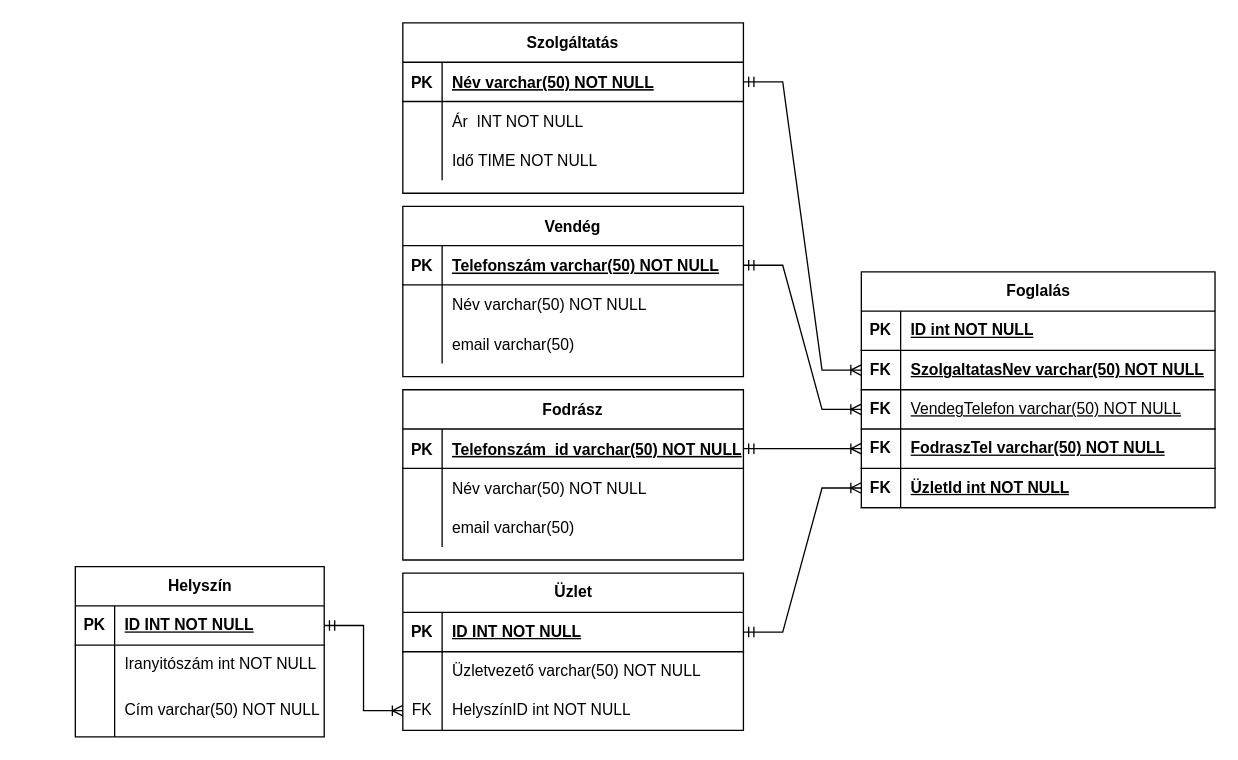
Earlier version of the draw.io diagram ER-diagram/kapcsolattabla.drawio (PetrooAdam/fodraszatprojekt). Source tidied: cells renumbered, new cells numbered last; positions are measured from the earlier drawing's top-left corner, leaving out a move shared by most shapes. Both pictures are drawn from the tidied source at 131%, with x=0, y=0 at pixel (75, 22).
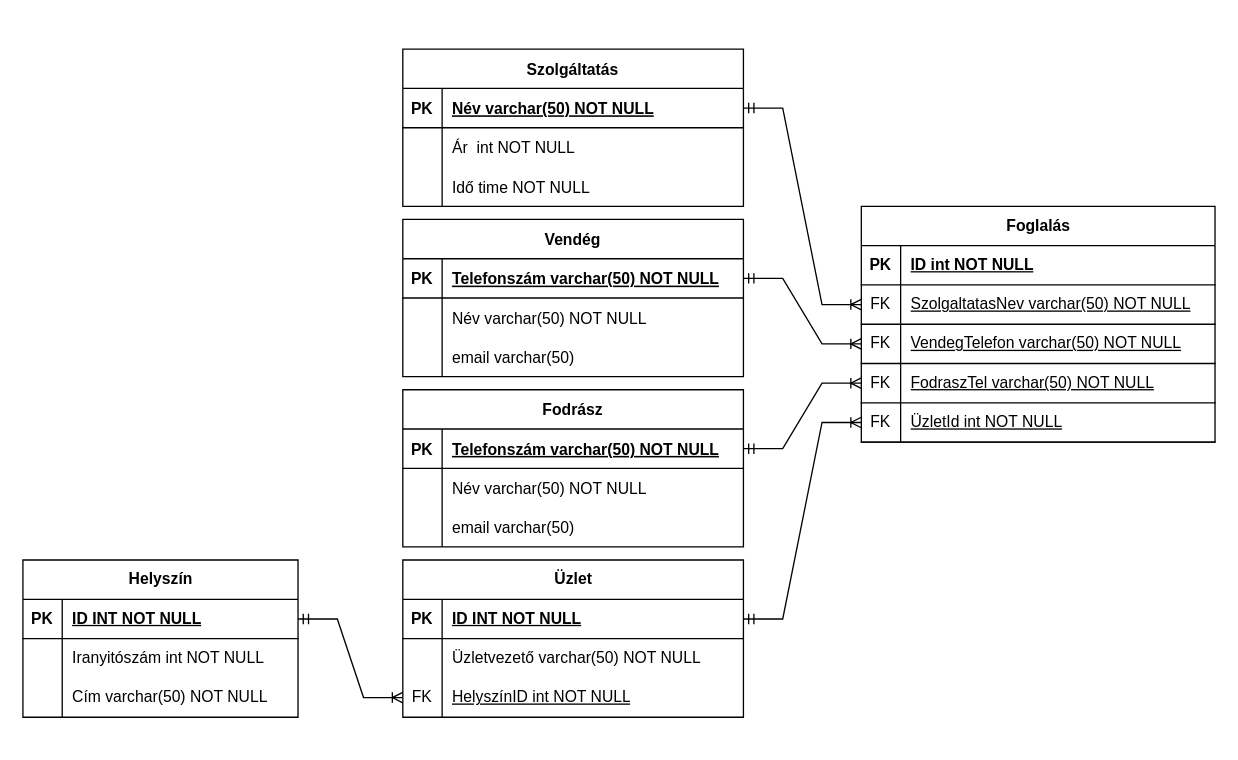
The same page after the edit.

The change refers to these unchanged cells:
```xml
<mxCell id="13" style="shape=partialRectangle;fillColor=none;points=[[0,0.5],[1,0.5]];portConstraint=eastwest;top=0;left=0;right=0;bottom=1;" parent="12" vertex="1">
  <mxGeometry y="30" width="260" height="30" as="geometry" />
</mxCell>
<mxCell id="26" style="shape=partialRectangle;fillColor=none;top=0;left=0;right=0;bottom=0;" parent="22" vertex="1">
  <mxGeometry y="60" width="260" height="30" as="geometry" />
</mxCell>
<mxCell id="29" style="shape=partialRectangle;fillColor=none;top=0;left=0;right=0;bottom=0;" parent="22" vertex="1">
  <mxGeometry y="90" width="260" height="30" as="geometry" />
</mxCell>
<mxCell id="49" style="shape=tableRow;horizontal=0;startSize=0;swimlaneHead=0;swimlaneBody=0;fillColor=none;points=[[0,0.5],[1,0.5]];portConstraint=eastwest;top=0;left=0;right=0;bottom=0;" parent="42" vertex="1">
  <mxGeometry y="90" width="260" height="30" as="geometry" />
</mxCell>
<mxCell id="57" style="shape=tableRow;horizontal=0;startSize=0;swimlaneHead=0;swimlaneBody=0;fillColor=none;points=[[0,0.5],[1,0.5]];portConstraint=eastwest;top=0;left=0;right=0;bottom=1;" parent="53" vertex="1">
  <mxGeometry y="60" width="270" height="30" as="geometry" />
</mxCell>
<mxCell id="60" style="shape=tableRow;horizontal=0;startSize=0;swimlaneHead=0;swimlaneBody=0;fillColor=none;points=[[0,0.5],[1,0.5]];portConstraint=eastwest;top=0;left=0;right=0;bottom=1;" parent="53" vertex="1">
  <mxGeometry y="90" width="270" height="30" as="geometry" />
</mxCell>
<mxCell id="63" style="shape=tableRow;horizontal=0;startSize=0;swimlaneHead=0;swimlaneBody=0;fillColor=none;top=0;left=0;right=0;bottom=1;" parent="53" vertex="1">
  <mxGeometry y="120" width="270" height="30" as="geometry" />
</mxCell>
<mxCell id="66" style="shape=tableRow;horizontal=0;startSize=0;swimlaneHead=0;swimlaneBody=0;fillColor=none;points=[[0,0.5],[1,0.5]];portConstraint=eastwest;top=0;left=0;right=0;bottom=1;" parent="53" vertex="1">
  <mxGeometry y="150" width="270" height="30" as="geometry" />
</mxCell>
```

What changed in the source:
```diff
@@
     <mxCell id="2" value="Vendég" style="shape=table;startSize=30;childLayout=tableLayout;rowLines=0;fontStyle=1;align=center;" parent="1" vertex="1">
-      <mxGeometry x="250" y="140" width="260" height="130" as="geometry" />
+      <mxGeometry x="250" y="150" width="260" height="120" as="geometry" />
     </mxCell>
@@
     <mxCell id="12" value="Fodrász" style="shape=table;startSize=30;childLayout=tableLayout;rowLines=0;fontStyle=1;align=center;" parent="1" vertex="1">
-      <mxGeometry x="250" y="280" width="260" height="130" as="geometry" />
+      <mxGeometry x="250" y="280" width="260" height="120" as="geometry" />
     </mxCell>
@@
-    <mxCell id="15" value="Telefonszám_id varchar(50) NOT NULL" style="shape=partialRectangle;overflow=hidden;fillColor=none;top=0;left=0;bottom=0;right=0;align=left;spacingLeft=6;fontStyle=5;" parent="13" vertex="1">
+    <mxCell id="15" value="Telefonszám varchar(50) NOT NULL" style="shape=partialRectangle;overflow=hidden;fillColor=none;top=0;left=0;bottom=0;right=0;align=left;spacingLeft=6;fontStyle=5;" parent="13" vertex="1">
       <mxGeometry x="30" width="230" height="30" as="geometry" />
     </mxCell>
@@
     <mxCell id="22" value="Szolgáltatás" style="shape=table;startSize=30;childLayout=tableLayout;rowLines=0;fontStyle=1;align=center;shadow=0;" parent="1" vertex="1">
-      <mxGeometry x="250" width="260" height="130" as="geometry" />
+      <mxGeometry x="250" y="20" width="260" height="120" as="geometry" />
     </mxCell>
@@
-    <mxCell id="28" value="Ár  INT NOT NULL" style="shape=partialRectangle;overflow=hidden;fillColor=none;top=0;left=0;bottom=0;right=0;align=left;spacingLeft=6;" parent="26" vertex="1">
+    <mxCell id="28" value="Ár  int NOT NULL" style="shape=partialRectangle;overflow=hidden;fillColor=none;top=0;left=0;bottom=0;right=0;align=left;spacingLeft=6;" parent="26" vertex="1">
       <mxGeometry x="30" width="230" height="30" as="geometry" />
     </mxCell>
@@
-    <mxCell id="31" value="Idő TIME NOT NULL" style="shape=partialRectangle;overflow=hidden;fillColor=none;top=0;left=0;bottom=0;right=0;align=left;spacingLeft=6;" parent="29" vertex="1">
+    <mxCell id="31" value="Idő time NOT NULL" style="shape=partialRectangle;overflow=hidden;fillColor=none;top=0;left=0;bottom=0;right=0;align=left;spacingLeft=6;" parent="29" vertex="1">
       <mxGeometry x="30" width="230" height="30" as="geometry" />
     </mxCell>
     <mxCell id="32" value="Helyszín" style="shape=table;startSize=30;childLayout=tableLayout;rowLines=0;fontStyle=1;align=center;html=1;" parent="1" vertex="1">
-      <mxGeometry y="415" width="190" height="130" as="geometry" />
+      <mxGeometry x="-40" y="410" width="210" height="120" as="geometry" />
     </mxCell>
     <mxCell id="33" style="shape=tableRow;horizontal=0;startSize=0;swimlaneHead=0;swimlaneBody=0;fillColor=none;points=[[0,0.5],[1,0.5]];portConstraint=eastwest;top=0;left=0;right=0;bottom=1;" parent="32" vertex="1">
-      <mxGeometry y="30" width="190" height="30" as="geometry" />
+      <mxGeometry y="30" width="210" height="30" as="geometry" />
     </mxCell>
@@
     <mxCell id="35" value="ID INT NOT NULL" style="shape=partialRectangle;fillColor=none;top=0;left=0;bottom=0;right=0;align=left;spacingLeft=6;fontStyle=5;overflow=hidden;whiteSpace=wrap;html=1;" parent="33" vertex="1">
-      <mxGeometry x="30" width="160" height="30" as="geometry" />
+      <mxGeometry x="30" width="180" height="30" as="geometry" />
     </mxCell>
     <mxCell id="36" style="shape=tableRow;horizontal=0;startSize=0;swimlaneHead=0;swimlaneBody=0;fillColor=none;top=0;left=0;right=0;bottom=0;" parent="32" vertex="1">
-      <mxGeometry y="60" width="190" height="30" as="geometry" />
+      <mxGeometry y="60" width="210" height="30" as="geometry" />
     </mxCell>
@@
     <mxCell id="38" value="Iranyitószám int NOT NULL" style="shape=partialRectangle;fillColor=none;top=0;left=0;bottom=0;right=0;align=left;spacingLeft=6;overflow=hidden;whiteSpace=wrap;html=1;" parent="36" vertex="1">
-      <mxGeometry x="30" width="160" height="30" as="geometry" />
+      <mxGeometry x="30" width="180" height="30" as="geometry" />
     </mxCell>
-    <mxCell id="39" style="shape=tableRow;horizontal=0;startSize=0;swimlaneHead=0;swimlaneBody=0;fillColor=none;top=0;left=0;right=0;bottom=0;" parent="32" vertex="1">
-      <mxGeometry y="90" width="190" height="40" as="geometry" />
-    </mxCell>
-    <mxCell id="40" style="shape=partialRectangle;fillColor=none;top=0;left=0;bottom=0;right=0;overflow=hidden;whiteSpace=wrap;html=1;" parent="39" vertex="1">
-      <mxGeometry width="30" height="40" as="geometry" />
-    </mxCell>
+    <mxCell id="73" style="shape=tableRow;horizontal=0;startSize=0;swimlaneHead=0;swimlaneBody=0;fillColor=none;top=0;left=0;right=0;bottom=0;" parent="32" vertex="1">
+      <mxGeometry y="90" width="210" height="30" as="geometry" />
+    </mxCell>
+    <mxCell id="74" style="shape=partialRectangle;fillColor=none;top=0;left=0;bottom=0;right=0;overflow=hidden;whiteSpace=wrap;html=1;" parent="73" vertex="1">
+      <mxGeometry width="30" height="30" as="geometry" />
+    </mxCell>
-    <mxCell id="41" value="Cím varchar(50) NOT NULL" style="shape=partialRectangle;fillColor=none;top=0;left=0;bottom=0;right=0;align=left;spacingLeft=6;overflow=hidden;whiteSpace=wrap;html=1;" parent="39" vertex="1">
-      <mxGeometry x="30" width="160" height="40" as="geometry" />
+    <mxCell id="41" value="Cím varchar(50) NOT NULL" style="shape=partialRectangle;fillColor=none;top=0;left=0;bottom=0;right=0;align=left;spacingLeft=6;overflow=hidden;whiteSpace=wrap;html=1;" parent="73" vertex="1">
+      <mxGeometry x="30" width="180" height="30" as="geometry" />
     </mxCell>
     <mxCell id="42" value="Üzlet" style="shape=table;startSize=30;childLayout=tableLayout;rowLines=0;fontStyle=1;align=center;html=1;" parent="1" vertex="1">
-      <mxGeometry x="250" y="420" width="260" height="120" as="geometry" />
+      <mxGeometry x="250" y="410" width="260" height="120" as="geometry" />
     </mxCell>
@@
-    <mxCell id="51" value="HelyszínID int NOT NULL" style="shape=partialRectangle;fillColor=none;top=0;left=0;bottom=0;right=0;align=left;spacingLeft=6;overflow=hidden;whiteSpace=wrap;html=1;" parent="49" vertex="1">
+    <mxCell id="51" value="&lt;u&gt;HelyszínID int NOT NULL&lt;/u&gt;" style="shape=partialRectangle;fillColor=none;top=0;left=0;bottom=0;right=0;align=left;spacingLeft=6;overflow=hidden;whiteSpace=wrap;html=1;" parent="49" vertex="1">
       <mxGeometry x="30" width="230" height="30" as="geometry" />
     </mxCell>
@@
     <mxCell id="53" value="Foglalás" style="shape=table;startSize=30;childLayout=tableLayout;rowLines=0;fontStyle=1;align=center;html=1;" parent="1" vertex="1">
-      <mxGeometry x="600" y="190" width="270" height="180" as="geometry" />
+      <mxGeometry x="600" y="140" width="270" height="180" as="geometry" />
     </mxCell>
@@
-    <mxCell id="58" value="FK" style="shape=partialRectangle;fillColor=none;top=0;left=0;bottom=0;right=0;fontStyle=1;overflow=hidden;whiteSpace=wrap;html=1;" parent="57" vertex="1">
+    <mxCell id="58" value="&lt;span style=&quot;font-weight: normal;&quot;&gt;FK&lt;/span&gt;" style="shape=partialRectangle;fillColor=none;top=0;left=0;bottom=0;right=0;fontStyle=1;overflow=hidden;whiteSpace=wrap;html=1;" parent="57" vertex="1">
       <mxGeometry width="30" height="30" as="geometry" />
     </mxCell>
-    <mxCell id="59" value="SzolgaltatasNev varchar(50) NOT NULL" style="shape=partialRectangle;fillColor=none;top=0;left=0;bottom=0;right=0;align=left;spacingLeft=6;fontStyle=5;overflow=hidden;whiteSpace=wrap;html=1;" parent="57" vertex="1">
+    <mxCell id="59" value="&lt;span style=&quot;font-weight: normal;&quot;&gt;SzolgaltatasNev varchar(50) NOT NULL&lt;/span&gt;" style="shape=partialRectangle;fillColor=none;top=0;left=0;bottom=0;right=0;align=left;spacingLeft=6;fontStyle=5;overflow=hidden;whiteSpace=wrap;html=1;" parent="57" vertex="1">
       <mxGeometry x="30" width="240" height="30" as="geometry" />
     </mxCell>
@@
-    <mxCell id="61" value="FK" style="shape=partialRectangle;fillColor=none;top=0;left=0;bottom=0;right=0;fontStyle=1;overflow=hidden;whiteSpace=wrap;html=1;" parent="60" vertex="1">
+    <mxCell id="61" value="&lt;span style=&quot;font-weight: normal;&quot;&gt;FK&lt;/span&gt;" style="shape=partialRectangle;fillColor=none;top=0;left=0;bottom=0;right=0;fontStyle=1;overflow=hidden;whiteSpace=wrap;html=1;" parent="60" vertex="1">
       <mxGeometry width="30" height="30" as="geometry" />
     </mxCell>
@@
-    <mxCell id="64" value="FK" style="shape=partialRectangle;fillColor=none;top=0;left=0;bottom=0;right=0;fontStyle=1;overflow=hidden;whiteSpace=wrap;html=1;" parent="63" vertex="1">
+    <mxCell id="64" value="&lt;span style=&quot;font-weight: normal;&quot;&gt;FK&lt;/span&gt;" style="shape=partialRectangle;fillColor=none;top=0;left=0;bottom=0;right=0;fontStyle=1;overflow=hidden;whiteSpace=wrap;html=1;" parent="63" vertex="1">
       <mxGeometry width="30" height="30" as="geometry" />
     </mxCell>
-    <mxCell id="65" value="FodraszTel varchar(50) NOT NULL" style="shape=partialRectangle;fillColor=none;top=0;left=0;bottom=0;right=0;align=left;spacingLeft=6;fontStyle=5;overflow=hidden;whiteSpace=wrap;html=1;" parent="63" vertex="1">
+    <mxCell id="65" value="&lt;span style=&quot;font-weight: normal;&quot;&gt;FodraszTel varchar(50) NOT NULL&lt;/span&gt;" style="shape=partialRectangle;fillColor=none;top=0;left=0;bottom=0;right=0;align=left;spacingLeft=6;fontStyle=5;overflow=hidden;whiteSpace=wrap;html=1;" parent="63" vertex="1">
       <mxGeometry x="30" width="240" height="30" as="geometry" />
     </mxCell>
@@
-    <mxCell id="67" value="FK" style="shape=partialRectangle;fillColor=none;top=0;left=0;bottom=0;right=0;fontStyle=1;overflow=hidden;whiteSpace=wrap;html=1;" parent="66" vertex="1">
+    <mxCell id="67" value="&lt;span style=&quot;font-weight: normal;&quot;&gt;FK&lt;/span&gt;" style="shape=partialRectangle;fillColor=none;top=0;left=0;bottom=0;right=0;fontStyle=1;overflow=hidden;whiteSpace=wrap;html=1;" parent="66" vertex="1">
       <mxGeometry width="30" height="30" as="geometry" />
     </mxCell>
-    <mxCell id="68" value="ÜzletId int NOT NULL" style="shape=partialRectangle;fillColor=none;top=0;left=0;bottom=0;right=0;align=left;spacingLeft=6;fontStyle=5;overflow=hidden;whiteSpace=wrap;html=1;" parent="66" vertex="1">
+    <mxCell id="68" value="&lt;span style=&quot;font-weight: normal;&quot;&gt;ÜzletId int NOT NULL&lt;/span&gt;" style="shape=partialRectangle;fillColor=none;top=0;left=0;bottom=0;right=0;align=left;spacingLeft=6;fontStyle=5;overflow=hidden;whiteSpace=wrap;html=1;" parent="66" vertex="1">
       <mxGeometry x="30" width="240" height="30" as="geometry" />
     </mxCell>
```
